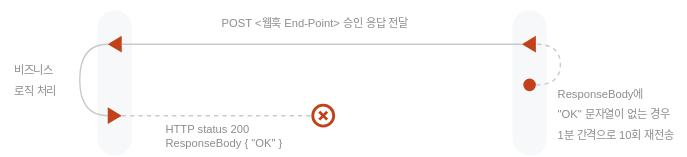
Earlier version of the draw.io export image/payment-webhook.svg (nicepayments/nicepay-manual). Source tidied: cells renumbered, new cells last; positions are measured from the earlier drawing's top-left corner, leaving out a move shared by most shapes. The source it was exported from:
```xml
<mxGraphModel>
  <root>
    <mxCell id="0" />
    <mxCell id="1" parent="0" />
    <mxCell id="2" style="rounded=1;whiteSpace=wrap;html=1;rotation=90;arcSize=50;fillColor=#F6F8FA;fontColor=#333333;strokeColor=none;fillStyle=auto;" parent="1" vertex="1">
      <mxGeometry x="29.5" y="46.5" width="104" height="24.6" as="geometry" />
    </mxCell>
    <mxCell id="3" style="rounded=1;whiteSpace=wrap;html=1;rotation=90;arcSize=50;fillColor=#F6F8FA;fontColor=#333333;strokeColor=none;fillStyle=auto;" parent="1" vertex="1">
      <mxGeometry x="326" y="46.5" width="104" height="24.6" as="geometry" />
    </mxCell>
    <mxCell id="4" style="edgeStyle=orthogonalEdgeStyle;curved=1;rounded=0;jettySize=auto;html=1;exitX=1;exitY=0.5;exitDx=0;exitDy=0;entryX=0;entryY=0.5;entryDx=0;entryDy=0;strokeColor=#c9c9c9;endArrow=none;endFill=0;" parent="1" edge="1" source="5" target="7">
      <mxGeometry relative="1" as="geometry" />
    </mxCell>
    <mxCell id="5" style="triangle;whiteSpace=wrap;html=1;fillStyle=auto;fillColor=#C1411A;strokeColor=none;rotation=-180;" parent="1" vertex="1">
      <mxGeometry x="76.5" y="25" width="10" height="12" as="geometry" />
    </mxCell>
    <mxCell id="6" style="rounded=0;jettySize=auto;html=1;exitX=1;exitY=0.5;exitDx=0;exitDy=0;entryX=0;entryY=0.5;entryDx=0;entryDy=0;strokeColor=#c9c9c9;fontFamily=Helvetica;fontSize=8;fontColor=#8C8C8C;endArrow=none;endFill=0;dashed=1;" parent="1" edge="1" source="7" target="15">
      <mxGeometry relative="1" as="geometry" />
    </mxCell>
    <mxCell id="7" style="triangle;whiteSpace=wrap;html=1;fillStyle=auto;fillColor=#C1411A;strokeColor=none;rotation=-180;direction=west;" parent="1" vertex="1">
      <mxGeometry x="76.5" y="76.1" width="10" height="12" as="geometry" />
    </mxCell>
    <mxCell id="8" style="edgeStyle=orthogonalEdgeStyle;curved=1;rounded=0;jettySize=auto;html=1;exitX=1;exitY=0.5;exitDx=0;exitDy=0;entryX=0;entryY=0.5;entryDx=0;entryDy=0;strokeColor=#c9c9c9;endArrow=none;endFill=0;" parent="1" edge="1" source="9" target="5">
      <mxGeometry relative="1" as="geometry" />
    </mxCell>
    <mxCell id="9" style="triangle;whiteSpace=wrap;html=1;fillStyle=auto;fillColor=#C1411A;strokeColor=none;rotation=-180;" parent="1" vertex="1">
      <mxGeometry x="372.5" y="25" width="10" height="12" as="geometry" />
    </mxCell>
    <mxCell id="10" style="edgeStyle=orthogonalEdgeStyle;curved=1;rounded=0;jettySize=auto;html=1;exitX=1;exitY=0.5;exitDx=0;exitDy=0;entryX=0;entryY=0.5;entryDx=0;entryDy=0;strokeColor=#c9c9c9;endArrow=none;endFill=0;dashed=1;" parent="1" edge="1" source="11" target="9">
      <mxGeometry relative="1" as="geometry">
        <Array as="points">
          <mxPoint x="400" y="60" />
          <mxPoint x="400" y="31" />
        </Array>
      </mxGeometry>
    </mxCell>
    <mxCell id="11" style="ellipse;whiteSpace=wrap;html=1;fillStyle=auto;fillColor=#C1411A;strokeColor=none;" parent="1" vertex="1">
      <mxGeometry x="373.5" y="55.6" width="9" height="9" as="geometry" />
    </mxCell>
    <mxCell id="12" value="&lt;font style=&quot;font-size: 8px;&quot;&gt;POST &amp;lt;웹훅 End-Point&amp;gt; 승인 응답 전달&lt;/font&gt;" style="text;html=1;strokeColor=none;fillColor=none;align=center;verticalAlign=middle;whiteSpace=wrap;rounded=0;fillStyle=auto;fontFamily=Helvetica;fontColor=#8C8C8C;fontStyle=0;" parent="1" vertex="1">
      <mxGeometry x="140" width="170" height="30" as="geometry" />
    </mxCell>
    <mxCell id="13" value="&lt;div style=&quot;text-align: left;&quot;&gt;&lt;span style=&quot;font-size: 8px; background-color: initial;&quot;&gt;HTTP status 200&lt;/span&gt;&lt;/div&gt;&lt;span style=&quot;font-size: 8px;&quot;&gt;&lt;div style=&quot;text-align: left;&quot;&gt;&lt;span style=&quot;background-color: initial;&quot;&gt;ResponseBody { &quot;OK&quot; }&lt;/span&gt;&lt;/div&gt;&lt;/span&gt;" style="text;html=1;strokeColor=none;fillColor=none;align=center;verticalAlign=middle;whiteSpace=wrap;rounded=0;fillStyle=auto;fontFamily=Helvetica;fontColor=#8C8C8C;fontStyle=0;" parent="1" vertex="1">
      <mxGeometry x="110" y="80" width="100" height="30" as="geometry" />
    </mxCell>
    <mxCell id="14" style="group;" parent="1" vertex="1">
      <mxGeometry x="223" y="74.6" width="15" height="15" as="geometry" />
    </mxCell>
    <mxCell id="15" style="ellipse;whiteSpace=wrap;html=1;fillStyle=auto;fontFamily=Helvetica;fontSize=8;fontColor=#8C8C8C;fillColor=default;strokeColor=#C1411A;fontStyle=1;strokeWidth=2;" parent="14" vertex="1">
      <mxGeometry width="15" height="15" as="geometry" />
    </mxCell>
    <mxCell id="16" style="group;" parent="14" vertex="1">
      <mxGeometry x="1.1" y="1.1" width="12.7" height="12.7" as="geometry" />
    </mxCell>
    <mxCell id="17" style="line;strokeWidth=2;direction=south;html=1;fillStyle=auto;strokeColor=#C1411A;fontFamily=Helvetica;fontSize=8;fontColor=#8C8C8C;fillColor=none;rotation=45;" parent="16" vertex="1">
      <mxGeometry x="1.4" y="2.4" width="10" height="8" as="geometry" />
    </mxCell>
    <mxCell id="18" style="line;strokeWidth=2;direction=south;html=1;fillStyle=auto;strokeColor=#C1411A;fontFamily=Helvetica;fontSize=8;fontColor=#8C8C8C;fillColor=none;rotation=-45;" parent="16" vertex="1">
      <mxGeometry x="1.4" y="2.4" width="10" height="8" as="geometry" />
    </mxCell>
    <mxCell id="19" value="&lt;div style=&quot;text-align: left;&quot;&gt;&lt;span style=&quot;font-size: 8px;&quot;&gt;비즈니스&amp;nbsp;&lt;/span&gt;&lt;/div&gt;&lt;div style=&quot;text-align: left;&quot;&gt;&lt;span style=&quot;font-size: 8px;&quot;&gt;로직 처리&lt;/span&gt;&lt;/div&gt;" style="text;html=1;strokeColor=none;fillColor=none;align=center;verticalAlign=middle;whiteSpace=wrap;rounded=0;fillStyle=auto;fontFamily=Helvetica;fontColor=#8C8C8C;fontStyle=0;" parent="1" vertex="1">
      <mxGeometry y="41.1" width="50" height="30" as="geometry" />
    </mxCell>
    <mxCell id="20" value="&lt;div style=&quot;text-align: left;&quot;&gt;&lt;span style=&quot;font-size: 8px;&quot;&gt;ResponseBody에&amp;nbsp;&lt;/span&gt;&lt;/div&gt;&lt;div style=&quot;text-align: left;&quot;&gt;&lt;span style=&quot;font-size: 8px;&quot;&gt;&quot;OK&quot; 문자열이 없는 경우&amp;nbsp;&lt;/span&gt;&lt;/div&gt;&lt;div style=&quot;text-align: left;&quot;&gt;&lt;span style=&quot;font-size: 8px;&quot;&gt;1분 간격으로 10회 재전송&lt;/span&gt;&lt;/div&gt;" style="text;html=1;strokeColor=none;fillColor=none;align=center;verticalAlign=middle;whiteSpace=wrap;rounded=0;fillStyle=auto;fontFamily=Helvetica;fontColor=#8C8C8C;fontStyle=0;spacing=2;spacingTop=0;spacingBottom=0;" parent="1" vertex="1">
      <mxGeometry x="390" y="64.6" width="100" height="30" as="geometry" />
    </mxCell>
  </root>
</mxGraphModel>
```
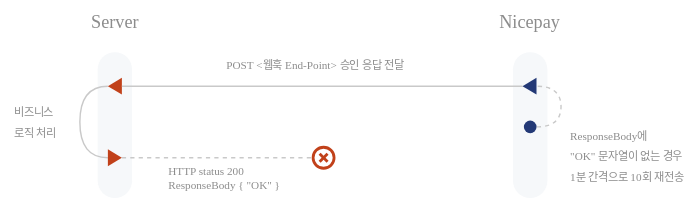
The same diagram one commit later.

Diff of the diagram source:
```diff
@@ -23,7 +23,7 @@
     <mxCell id="8" style="edgeStyle=orthogonalEdgeStyle;curved=1;rounded=0;jettySize=auto;html=1;exitX=1;exitY=0.5;exitDx=0;exitDy=0;entryX=0;entryY=0.5;entryDx=0;entryDy=0;strokeColor=#c9c9c9;endArrow=none;endFill=0;" parent="1" edge="1" source="9" target="5">
       <mxGeometry relative="1" as="geometry" />
     </mxCell>
-    <mxCell id="9" style="triangle;whiteSpace=wrap;html=1;fillStyle=auto;fillColor=#C1411A;strokeColor=none;rotation=-180;" parent="1" vertex="1">
+    <mxCell id="9" style="triangle;whiteSpace=wrap;html=1;fillStyle=auto;fillColor=#233976;strokeColor=none;rotation=-180;" parent="1" vertex="1">
       <mxGeometry x="372.5" y="25" width="10" height="12" as="geometry" />
     </mxCell>
     <mxCell id="10" style="edgeStyle=orthogonalEdgeStyle;curved=1;rounded=0;jettySize=auto;html=1;exitX=1;exitY=0.5;exitDx=0;exitDy=0;entryX=0;entryY=0.5;entryDx=0;entryDy=0;strokeColor=#c9c9c9;endArrow=none;endFill=0;dashed=1;" parent="1" edge="1" source="11" target="9">
@@ -34,13 +34,13 @@
         </Array>
       </mxGeometry>
     </mxCell>
-    <mxCell id="11" style="ellipse;whiteSpace=wrap;html=1;fillStyle=auto;fillColor=#C1411A;strokeColor=none;" parent="1" vertex="1">
+    <mxCell id="11" style="ellipse;whiteSpace=wrap;html=1;fillStyle=auto;fillColor=#233976;strokeColor=none;" parent="1" vertex="1">
       <mxGeometry x="373.5" y="55.6" width="9" height="9" as="geometry" />
     </mxCell>
-    <mxCell id="12" value="&lt;font style=&quot;font-size: 8px;&quot;&gt;POST &amp;lt;웹훅 End-Point&amp;gt; 승인 응답 전달&lt;/font&gt;" style="text;html=1;strokeColor=none;fillColor=none;align=center;verticalAlign=middle;whiteSpace=wrap;rounded=0;fillStyle=auto;fontFamily=Helvetica;fontColor=#8C8C8C;fontStyle=0;" parent="1" vertex="1">
+    <mxCell id="12" value="&lt;font style=&quot;font-size: 8px;&quot;&gt;POST &amp;lt;웹훅 End-Point&amp;gt; 승인 응답 전달&lt;/font&gt;" style="text;html=1;strokeColor=none;fillColor=none;align=center;verticalAlign=middle;whiteSpace=wrap;rounded=0;fillStyle=auto;fontFamily=맑은 고딕;fontColor=#8C8C8C;fontStyle=0;" parent="1" vertex="1">
       <mxGeometry x="140" width="170" height="30" as="geometry" />
     </mxCell>
-    <mxCell id="13" value="&lt;div style=&quot;text-align: left;&quot;&gt;&lt;span style=&quot;font-size: 8px; background-color: initial;&quot;&gt;HTTP status 200&lt;/span&gt;&lt;/div&gt;&lt;span style=&quot;font-size: 8px;&quot;&gt;&lt;div style=&quot;text-align: left;&quot;&gt;&lt;span style=&quot;background-color: initial;&quot;&gt;ResponseBody { &quot;OK&quot; }&lt;/span&gt;&lt;/div&gt;&lt;/span&gt;" style="text;html=1;strokeColor=none;fillColor=none;align=center;verticalAlign=middle;whiteSpace=wrap;rounded=0;fillStyle=auto;fontFamily=Helvetica;fontColor=#8C8C8C;fontStyle=0;" parent="1" vertex="1">
+    <mxCell id="13" value="&lt;div style=&quot;text-align: left;&quot;&gt;&lt;span style=&quot;font-size: 8px; background-color: initial;&quot;&gt;HTTP status 200&lt;/span&gt;&lt;/div&gt;&lt;span style=&quot;font-size: 8px;&quot;&gt;&lt;div style=&quot;text-align: left;&quot;&gt;&lt;span style=&quot;background-color: initial;&quot;&gt;ResponseBody { &quot;OK&quot; }&lt;/span&gt;&lt;/div&gt;&lt;/span&gt;" style="text;html=1;strokeColor=none;fillColor=none;align=center;verticalAlign=middle;whiteSpace=wrap;rounded=0;fillStyle=auto;fontFamily=맑은 고딕;fontColor=#8C8C8C;fontStyle=0;" parent="1" vertex="1">
       <mxGeometry x="110" y="80" width="100" height="30" as="geometry" />
     </mxCell>
     <mxCell id="14" style="group;" parent="1" vertex="1">
@@ -58,11 +58,17 @@
     <mxCell id="18" style="line;strokeWidth=2;direction=south;html=1;fillStyle=auto;strokeColor=#C1411A;fontFamily=Helvetica;fontSize=8;fontColor=#8C8C8C;fillColor=none;rotation=-45;" parent="16" vertex="1">
       <mxGeometry x="1.4" y="2.4" width="10" height="8" as="geometry" />
     </mxCell>
-    <mxCell id="19" value="&lt;div style=&quot;text-align: left;&quot;&gt;&lt;span style=&quot;font-size: 8px;&quot;&gt;비즈니스&amp;nbsp;&lt;/span&gt;&lt;/div&gt;&lt;div style=&quot;text-align: left;&quot;&gt;&lt;span style=&quot;font-size: 8px;&quot;&gt;로직 처리&lt;/span&gt;&lt;/div&gt;" style="text;html=1;strokeColor=none;fillColor=none;align=center;verticalAlign=middle;whiteSpace=wrap;rounded=0;fillStyle=auto;fontFamily=Helvetica;fontColor=#8C8C8C;fontStyle=0;" parent="1" vertex="1">
+    <mxCell id="19" value="&lt;div style=&quot;text-align: left;&quot;&gt;&lt;span style=&quot;font-size: 8px;&quot;&gt;비즈니스&amp;nbsp;&lt;/span&gt;&lt;/div&gt;&lt;div style=&quot;text-align: left;&quot;&gt;&lt;span style=&quot;font-size: 8px;&quot;&gt;로직 처리&lt;/span&gt;&lt;/div&gt;" style="text;html=1;strokeColor=none;fillColor=none;align=center;verticalAlign=middle;whiteSpace=wrap;rounded=0;fillStyle=auto;fontFamily=맑은 고딕;fontColor=#8C8C8C;fontStyle=0;" parent="1" vertex="1">
       <mxGeometry y="41.1" width="50" height="30" as="geometry" />
     </mxCell>
-    <mxCell id="20" value="&lt;div style=&quot;text-align: left;&quot;&gt;&lt;span style=&quot;font-size: 8px;&quot;&gt;ResponseBody에&amp;nbsp;&lt;/span&gt;&lt;/div&gt;&lt;div style=&quot;text-align: left;&quot;&gt;&lt;span style=&quot;font-size: 8px;&quot;&gt;&quot;OK&quot; 문자열이 없는 경우&amp;nbsp;&lt;/span&gt;&lt;/div&gt;&lt;div style=&quot;text-align: left;&quot;&gt;&lt;span style=&quot;font-size: 8px;&quot;&gt;1분 간격으로 10회 재전송&lt;/span&gt;&lt;/div&gt;" style="text;html=1;strokeColor=none;fillColor=none;align=center;verticalAlign=middle;whiteSpace=wrap;rounded=0;fillStyle=auto;fontFamily=Helvetica;fontColor=#8C8C8C;fontStyle=0;spacing=2;spacingTop=0;spacingBottom=0;" parent="1" vertex="1">
-      <mxGeometry x="390" y="64.6" width="100" height="30" as="geometry" />
+    <mxCell id="20" value="&lt;div style=&quot;text-align: left;&quot;&gt;&lt;span style=&quot;font-size: 8px;&quot;&gt;ResponseBody에&amp;nbsp;&lt;/span&gt;&lt;/div&gt;&lt;div style=&quot;text-align: left;&quot;&gt;&lt;span style=&quot;font-size: 8px;&quot;&gt;&quot;OK&quot; 문자열이 없는 경우&amp;nbsp;&lt;/span&gt;&lt;/div&gt;&lt;div style=&quot;text-align: left;&quot;&gt;&lt;span style=&quot;font-size: 8px;&quot;&gt;1분 간격으로 10회 재전송&lt;/span&gt;&lt;/div&gt;" style="text;html=1;strokeColor=none;fillColor=none;align=center;verticalAlign=middle;whiteSpace=wrap;rounded=0;fillStyle=auto;fontFamily=맑은 고딕;fontColor=#8C8C8C;fontStyle=0;spacing=2;spacingTop=0;spacingBottom=0;" parent="1" vertex="1">
+      <mxGeometry x="398" y="64.6" width="100" height="30" as="geometry" />
     </mxCell>
+    <mxCell id="21" value="&lt;span style=&quot;font-size: 13px;&quot;&gt;Server&lt;/span&gt;" style="text;html=1;strokeColor=none;fillColor=none;align=center;verticalAlign=middle;whiteSpace=wrap;rounded=0;fillStyle=auto;fontFamily=맑은 고딕;fontColor=#8C8C8C;fontStyle=0;fontSize=13;" parent="1" vertex="1">
+      <mxGeometry x="61.5" y="-30" width="40" height="30" as="geometry" />
+    </mxCell>
+    <mxCell id="22" value="&lt;span style=&quot;font-size: 13px;&quot;&gt;Nicepay&lt;/span&gt;" style="text;html=1;strokeColor=none;fillColor=none;align=center;verticalAlign=middle;whiteSpace=wrap;rounded=0;fillStyle=auto;fontFamily=맑은 고딕;fontColor=#8C8C8C;fontStyle=0;fontSize=13;" parent="1" vertex="1">
+      <mxGeometry x="358" y="-30" width="40" height="30" as="geometry" />
+    </mxCell>
   </root>
 </mxGraphModel>
```
